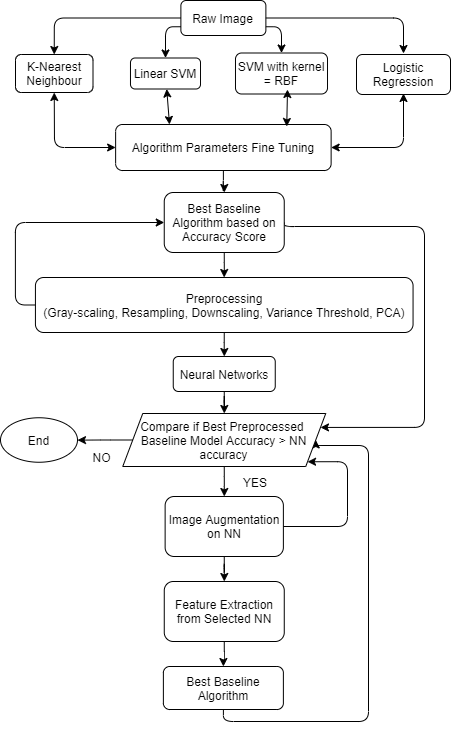
The draw.io diagram A1/A1.png in xeniakal/AMLS_20-21_SN20159465, before a commit. Source tidied: cells renumbered, new cells last; positions are measured from the earlier drawing's top-left corner, leaving out a move shared by most shapes. Source of this version:
```xml
<mxGraphModel>
  <root>
    <mxCell id="0" />
    <mxCell id="1" parent="0" />
    <mxCell id="2" value="Raw Image" style="rounded=1;whiteSpace=wrap;html=1;sketch=0;" parent="1" vertex="1">
      <mxGeometry x="180.4" width="85" height="35" as="geometry" />
    </mxCell>
    <mxCell id="3" value="K-Nearest Neighbour" style="rounded=1;whiteSpace=wrap;html=1;sketch=0;" parent="1" vertex="1">
      <mxGeometry x="15" y="54" width="77.5" height="38" as="geometry" />
    </mxCell>
    <mxCell id="4" value="Linear SVM" style="rounded=1;whiteSpace=wrap;html=1;sketch=0;" parent="1" vertex="1">
      <mxGeometry x="130" y="57.5" width="70" height="31" as="geometry" />
    </mxCell>
    <mxCell id="5" value="SVM with kernel = RBF" style="rounded=1;whiteSpace=wrap;html=1;sketch=0;" parent="1" vertex="1">
      <mxGeometry x="235" y="52.5" width="92" height="41" as="geometry" />
    </mxCell>
    <mxCell id="6" value="Logistic Regression" style="rounded=1;whiteSpace=wrap;html=1;sketch=0;" parent="1" vertex="1">
      <mxGeometry x="356" y="54" width="94" height="40" as="geometry" />
    </mxCell>
    <mxCell id="7" style="edgeStyle=segmentEdgeStyle;endArrow=classic;html=1;exitX=0;exitY=0.5;exitDx=0;exitDy=0;entryX=0.5;entryY=0;entryDx=0;entryDy=0;" parent="1" edge="1" source="2" target="3">
      <mxGeometry relative="1" as="geometry" />
    </mxCell>
    <mxCell id="8" style="edgeStyle=segmentEdgeStyle;endArrow=classic;html=1;exitX=0;exitY=0.75;exitDx=0;exitDy=0;entryX=0.5;entryY=0;entryDx=0;entryDy=0;" parent="1" edge="1" source="2" target="4">
      <mxGeometry relative="1" as="geometry" />
    </mxCell>
    <mxCell id="9" style="edgeStyle=segmentEdgeStyle;endArrow=classic;html=1;exitX=1;exitY=0.75;exitDx=0;exitDy=0;entryX=0.5;entryY=0;entryDx=0;entryDy=0;" parent="1" edge="1" source="2" target="5">
      <mxGeometry relative="1" as="geometry" />
    </mxCell>
    <mxCell id="10" style="edgeStyle=segmentEdgeStyle;endArrow=classic;html=1;exitX=1;exitY=0.5;exitDx=0;exitDy=0;entryX=0.5;entryY=0;entryDx=0;entryDy=0;" parent="1" edge="1" source="2">
      <mxGeometry relative="1" as="geometry">
        <mxPoint x="403" y="53" as="targetPoint" />
      </mxGeometry>
    </mxCell>
    <mxCell id="11" style="edgeStyle=orthogonalEdgeStyle;curved=0;rounded=1;sketch=0;jettySize=auto;html=1;exitX=0;exitY=0.5;exitDx=0;exitDy=0;entryX=0;entryY=0.5;entryDx=0;entryDy=0;" parent="1" edge="1" source="12" target="17">
      <mxGeometry relative="1" as="geometry" />
    </mxCell>
    <mxCell id="12" value="Preprocessing&lt;br&gt;(Gray-scaling, Resampling, Downscaling, Variance Threshold, PCA)" style="rounded=1;whiteSpace=wrap;html=1;sketch=0;" parent="1" vertex="1">
      <mxGeometry x="34.9" y="277" width="377.6" height="55" as="geometry" />
    </mxCell>
    <mxCell id="13" style="edgeStyle=orthogonalEdgeStyle;curved=0;rounded=1;sketch=0;jettySize=auto;html=1;exitX=0.5;exitY=1;exitDx=0;exitDy=0;" parent="1" edge="1" source="14" target="17">
      <mxGeometry relative="1" as="geometry" />
    </mxCell>
    <mxCell id="14" value="Algorithm Parameters Fine Tuning" style="rounded=1;whiteSpace=wrap;html=1;sketch=0;" parent="1" vertex="1">
      <mxGeometry x="115.1" y="124" width="215.5" height="46" as="geometry" />
    </mxCell>
    <mxCell id="15" style="edgeStyle=orthogonalEdgeStyle;curved=0;rounded=1;sketch=0;jettySize=auto;html=1;exitX=0.5;exitY=1;exitDx=0;exitDy=0;" parent="1" edge="1" source="17" target="12">
      <mxGeometry relative="1" as="geometry" />
    </mxCell>
    <mxCell id="16" style="edgeStyle=orthogonalEdgeStyle;curved=0;rounded=1;sketch=0;jettySize=auto;html=1;exitX=1;exitY=0.5;exitDx=0;exitDy=0;entryX=1;entryY=0.25;entryDx=0;entryDy=0;" parent="1" edge="1" source="17" target="34">
      <mxGeometry relative="1" as="geometry">
        <Array as="points">
          <mxPoint x="284" y="226" />
          <mxPoint x="424" y="226" />
          <mxPoint x="424" y="427" />
        </Array>
      </mxGeometry>
    </mxCell>
    <mxCell id="17" value="&lt;span&gt;Best Baseline Algorithm based on Accuracy Score&lt;/span&gt;" style="rounded=1;whiteSpace=wrap;html=1;sketch=0;" parent="1" vertex="1">
      <mxGeometry x="163.8" y="192" width="120" height="60" as="geometry" />
    </mxCell>
    <mxCell id="18" style="endArrow=classic;startArrow=classic;html=1;exitX=0.5;exitY=1;exitDx=0;exitDy=0;entryX=0;entryY=0.5;entryDx=0;entryDy=0;" parent="1" edge="1" source="3" target="14">
      <mxGeometry relative="1" as="geometry">
        <Array as="points">
          <mxPoint x="54" y="147" />
        </Array>
      </mxGeometry>
    </mxCell>
    <mxCell id="19" style="endArrow=classic;startArrow=classic;html=1;entryX=0.25;entryY=0;entryDx=0;entryDy=0;" parent="1" edge="1" source="4" target="14">
      <mxGeometry relative="1" as="geometry" />
    </mxCell>
    <mxCell id="20" style="endArrow=classic;startArrow=classic;html=1;exitX=0.794;exitY=0.043;exitDx=0;exitDy=0;exitPerimeter=0;" parent="1" edge="1" source="14">
      <mxGeometry relative="1" as="geometry">
        <mxPoint x="287" y="89" as="targetPoint" />
      </mxGeometry>
    </mxCell>
    <mxCell id="21" style="endArrow=classic;startArrow=classic;html=1;entryX=0.5;entryY=1;entryDx=0;entryDy=0;exitX=1;exitY=0.5;exitDx=0;exitDy=0;" parent="1" edge="1" source="14">
      <mxGeometry relative="1" as="geometry">
        <mxPoint x="403" y="93" as="targetPoint" />
        <Array as="points">
          <mxPoint x="403" y="147" />
        </Array>
      </mxGeometry>
    </mxCell>
    <mxCell id="22" style="edgeStyle=orthogonalEdgeStyle;curved=0;rounded=1;sketch=0;jettySize=auto;html=1;exitX=0.5;exitY=1;exitDx=0;exitDy=0;" parent="1" edge="1" source="23" target="34">
      <mxGeometry relative="1" as="geometry" />
    </mxCell>
    <mxCell id="23" value="Neural Networks" style="rounded=1;whiteSpace=wrap;html=1;sketch=0;" parent="1" vertex="1">
      <mxGeometry x="172.8" y="356" width="102" height="35" as="geometry" />
    </mxCell>
    <mxCell id="24" style="edgeStyle=orthogonalEdgeStyle;curved=0;rounded=1;sketch=0;jettySize=auto;html=1;exitX=0.5;exitY=1;exitDx=0;exitDy=0;" parent="1" edge="1" source="12" target="23">
      <mxGeometry relative="1" as="geometry" />
    </mxCell>
    <mxCell id="25" value="End" style="ellipse;whiteSpace=wrap;html=1;rounded=0;sketch=0;" parent="1" vertex="1">
      <mxGeometry y="417.2" width="77" height="44.5" as="geometry" />
    </mxCell>
    <mxCell id="26" style="edgeStyle=orthogonalEdgeStyle;curved=0;rounded=1;sketch=0;jettySize=auto;html=1;exitX=0.5;exitY=1;exitDx=0;exitDy=0;" parent="1" edge="1" source="27" target="29">
      <mxGeometry relative="1" as="geometry" />
    </mxCell>
    <mxCell id="27" value="Image Augmentation on NN" style="rounded=1;whiteSpace=wrap;html=1;sketch=0;" parent="1" vertex="1">
      <mxGeometry x="164.6" y="496" width="118.2" height="60" as="geometry" />
    </mxCell>
    <mxCell id="28" style="edgeStyle=orthogonalEdgeStyle;curved=0;rounded=1;sketch=0;jettySize=auto;html=1;exitX=0.5;exitY=1;exitDx=0;exitDy=0;" parent="1" edge="1" source="29" target="31">
      <mxGeometry relative="1" as="geometry" />
    </mxCell>
    <mxCell id="29" value="Feature Extraction from Selected NN" style="rounded=1;whiteSpace=wrap;html=1;sketch=0;" parent="1" vertex="1">
      <mxGeometry x="163.8" y="581" width="120" height="60" as="geometry" />
    </mxCell>
    <mxCell id="30" style="edgeStyle=orthogonalEdgeStyle;curved=0;rounded=1;sketch=0;jettySize=auto;html=1;entryX=1;entryY=0.5;entryDx=0;entryDy=0;" parent="1" edge="1" source="31" target="34">
      <mxGeometry relative="1" as="geometry">
        <Array as="points">
          <mxPoint x="223" y="721" />
          <mxPoint x="368" y="721" />
          <mxPoint x="368" y="445" />
          <mxPoint x="315" y="445" />
        </Array>
      </mxGeometry>
    </mxCell>
    <mxCell id="31" value="&lt;span&gt;Best Baseline Algorithm&lt;/span&gt;" style="rounded=1;whiteSpace=wrap;html=1;sketch=0;" parent="1" vertex="1">
      <mxGeometry x="162.9" y="666" width="120" height="43" as="geometry" />
    </mxCell>
    <mxCell id="32" style="edgeStyle=orthogonalEdgeStyle;curved=0;rounded=1;sketch=0;jettySize=auto;html=1;exitX=0;exitY=0.5;exitDx=0;exitDy=0;" parent="1" edge="1" source="34" target="25">
      <mxGeometry relative="1" as="geometry" />
    </mxCell>
    <mxCell id="33" style="edgeStyle=orthogonalEdgeStyle;curved=0;rounded=1;sketch=0;jettySize=auto;html=1;exitX=0.5;exitY=1;exitDx=0;exitDy=0;" parent="1" edge="1" source="34" target="27">
      <mxGeometry relative="1" as="geometry" />
    </mxCell>
    <mxCell id="34" value="Compare if Best Preprocessed&amp;nbsp; Baseline Model Accuracy &amp;gt; NN accuracy" style="shape=parallelogram;perimeter=parallelogramPerimeter;whiteSpace=wrap;html=1;fixedSize=1;rounded=0;sketch=0;" parent="1" vertex="1">
      <mxGeometry x="122.2" y="413" width="203" height="53" as="geometry" />
    </mxCell>
    <mxCell id="35" value="NO" style="text;html=1;align=center;verticalAlign=middle;" parent="1" vertex="1">
      <mxGeometry x="87.1" y="448" width="28" height="18" as="geometry" />
    </mxCell>
    <mxCell id="36" style="edgeStyle=segmentEdgeStyle;endArrow=classic;html=1;exitX=1;exitY=0.5;exitDx=0;exitDy=0;entryX=1;entryY=1;entryDx=0;entryDy=0;" parent="1" edge="1" source="27" target="34">
      <mxGeometry relative="1" as="geometry">
        <Array as="points">
          <mxPoint x="347" y="526" />
          <mxPoint x="347" y="461" />
        </Array>
      </mxGeometry>
    </mxCell>
    <mxCell id="37" value="YES" style="text;html=1;strokeColor=none;fillColor=none;align=center;verticalAlign=middle;whiteSpace=wrap;rounded=0;sketch=0;" parent="1" vertex="1">
      <mxGeometry x="235" y="472" width="40" height="20" as="geometry" />
    </mxCell>
  </root>
</mxGraphModel>
```
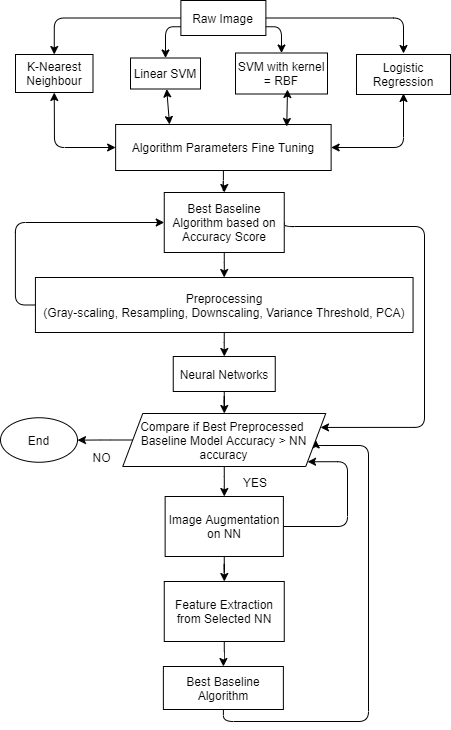
The same file after the commit.

Change to the diagram source:
```diff
@@ -2,19 +2,19 @@
   <root>
     <mxCell id="0" />
     <mxCell id="1" parent="0" />
-    <mxCell id="2" value="Raw Image" style="rounded=1;whiteSpace=wrap;html=1;sketch=0;" parent="1" vertex="1">
+    <mxCell id="2" value="Raw Image" style="whiteSpace=wrap;html=1;" parent="1" vertex="1">
       <mxGeometry x="180.4" width="85" height="35" as="geometry" />
     </mxCell>
-    <mxCell id="3" value="K-Nearest Neighbour" style="rounded=1;whiteSpace=wrap;html=1;sketch=0;" parent="1" vertex="1">
+    <mxCell id="3" value="K-Nearest Neighbour" style="whiteSpace=wrap;html=1;" parent="1" vertex="1">
       <mxGeometry x="15" y="54" width="77.5" height="38" as="geometry" />
     </mxCell>
-    <mxCell id="4" value="Linear SVM" style="rounded=1;whiteSpace=wrap;html=1;sketch=0;" parent="1" vertex="1">
+    <mxCell id="4" value="Linear SVM" style="whiteSpace=wrap;html=1;" parent="1" vertex="1">
       <mxGeometry x="130" y="57.5" width="70" height="31" as="geometry" />
     </mxCell>
-    <mxCell id="5" value="SVM with kernel = RBF" style="rounded=1;whiteSpace=wrap;html=1;sketch=0;" parent="1" vertex="1">
+    <mxCell id="5" value="SVM with kernel = RBF" style="whiteSpace=wrap;html=1;" parent="1" vertex="1">
       <mxGeometry x="235" y="52.5" width="92" height="41" as="geometry" />
     </mxCell>
-    <mxCell id="6" value="Logistic Regression" style="rounded=1;whiteSpace=wrap;html=1;sketch=0;" parent="1" vertex="1">
+    <mxCell id="6" value="Logistic Regression" style="whiteSpace=wrap;html=1;" parent="1" vertex="1">
       <mxGeometry x="356" y="54" width="94" height="40" as="geometry" />
     </mxCell>
     <mxCell id="7" style="edgeStyle=segmentEdgeStyle;endArrow=classic;html=1;exitX=0;exitY=0.5;exitDx=0;exitDy=0;entryX=0.5;entryY=0;entryDx=0;entryDy=0;" parent="1" edge="1" source="2" target="3">
@@ -31,22 +31,22 @@
         <mxPoint x="403" y="53" as="targetPoint" />
       </mxGeometry>
     </mxCell>
-    <mxCell id="11" style="edgeStyle=orthogonalEdgeStyle;curved=0;rounded=1;sketch=0;jettySize=auto;html=1;exitX=0;exitY=0.5;exitDx=0;exitDy=0;entryX=0;entryY=0.5;entryDx=0;entryDy=0;" parent="1" edge="1" source="12" target="17">
+    <mxCell id="11" style="edgeStyle=orthogonalEdgeStyle;jettySize=auto;html=1;exitX=0;exitY=0.5;exitDx=0;exitDy=0;entryX=0;entryY=0.5;entryDx=0;entryDy=0;" parent="1" edge="1" source="12" target="17">
       <mxGeometry relative="1" as="geometry" />
     </mxCell>
-    <mxCell id="12" value="Preprocessing&lt;br&gt;(Gray-scaling, Resampling, Downscaling, Variance Threshold, PCA)" style="rounded=1;whiteSpace=wrap;html=1;sketch=0;" parent="1" vertex="1">
+    <mxCell id="12" value="Preprocessing&lt;br&gt;(Gray-scaling, Resampling, Downscaling, Variance Threshold, PCA)" style="whiteSpace=wrap;html=1;" parent="1" vertex="1">
       <mxGeometry x="34.9" y="277" width="377.6" height="55" as="geometry" />
     </mxCell>
-    <mxCell id="13" style="edgeStyle=orthogonalEdgeStyle;curved=0;rounded=1;sketch=0;jettySize=auto;html=1;exitX=0.5;exitY=1;exitDx=0;exitDy=0;" parent="1" edge="1" source="14" target="17">
+    <mxCell id="13" style="edgeStyle=orthogonalEdgeStyle;jettySize=auto;html=1;exitX=0.5;exitY=1;exitDx=0;exitDy=0;" parent="1" edge="1" source="14" target="17">
       <mxGeometry relative="1" as="geometry" />
     </mxCell>
-    <mxCell id="14" value="Algorithm Parameters Fine Tuning" style="rounded=1;whiteSpace=wrap;html=1;sketch=0;" parent="1" vertex="1">
+    <mxCell id="14" value="Algorithm Parameters Fine Tuning" style="whiteSpace=wrap;html=1;" parent="1" vertex="1">
       <mxGeometry x="115.1" y="124" width="215.5" height="46" as="geometry" />
     </mxCell>
-    <mxCell id="15" style="edgeStyle=orthogonalEdgeStyle;curved=0;rounded=1;sketch=0;jettySize=auto;html=1;exitX=0.5;exitY=1;exitDx=0;exitDy=0;" parent="1" edge="1" source="17" target="12">
+    <mxCell id="15" style="edgeStyle=orthogonalEdgeStyle;jettySize=auto;html=1;exitX=0.5;exitY=1;exitDx=0;exitDy=0;" parent="1" edge="1" source="17" target="12">
       <mxGeometry relative="1" as="geometry" />
     </mxCell>
-    <mxCell id="16" style="edgeStyle=orthogonalEdgeStyle;curved=0;rounded=1;sketch=0;jettySize=auto;html=1;exitX=1;exitY=0.5;exitDx=0;exitDy=0;entryX=1;entryY=0.25;entryDx=0;entryDy=0;" parent="1" edge="1" source="17" target="34">
+    <mxCell id="16" style="edgeStyle=orthogonalEdgeStyle;jettySize=auto;html=1;exitX=1;exitY=0.5;exitDx=0;exitDy=0;entryX=1;entryY=0.25;entryDx=0;entryDy=0;" parent="1" edge="1" source="17" target="34">
       <mxGeometry relative="1" as="geometry">
         <Array as="points">
           <mxPoint x="284" y="226" />
@@ -55,7 +55,7 @@
         </Array>
       </mxGeometry>
     </mxCell>
-    <mxCell id="17" value="&lt;span&gt;Best Baseline Algorithm based on Accuracy Score&lt;/span&gt;" style="rounded=1;whiteSpace=wrap;html=1;sketch=0;" parent="1" vertex="1">
+    <mxCell id="17" value="&lt;span&gt;Best Baseline Algorithm based on Accuracy Score&lt;/span&gt;" style="whiteSpace=wrap;html=1;" parent="1" vertex="1">
       <mxGeometry x="163.8" y="192" width="120" height="60" as="geometry" />
     </mxCell>
     <mxCell id="18" style="endArrow=classic;startArrow=classic;html=1;exitX=0.5;exitY=1;exitDx=0;exitDy=0;entryX=0;entryY=0.5;entryDx=0;entryDy=0;" parent="1" edge="1" source="3" target="14">
@@ -81,31 +81,31 @@
         </Array>
       </mxGeometry>
     </mxCell>
-    <mxCell id="22" style="edgeStyle=orthogonalEdgeStyle;curved=0;rounded=1;sketch=0;jettySize=auto;html=1;exitX=0.5;exitY=1;exitDx=0;exitDy=0;" parent="1" edge="1" source="23" target="34">
+    <mxCell id="22" style="edgeStyle=orthogonalEdgeStyle;jettySize=auto;html=1;exitX=0.5;exitY=1;exitDx=0;exitDy=0;" parent="1" edge="1" source="23" target="34">
       <mxGeometry relative="1" as="geometry" />
     </mxCell>
-    <mxCell id="23" value="Neural Networks" style="rounded=1;whiteSpace=wrap;html=1;sketch=0;" parent="1" vertex="1">
+    <mxCell id="23" value="Neural Networks" style="whiteSpace=wrap;html=1;" parent="1" vertex="1">
       <mxGeometry x="172.8" y="356" width="102" height="35" as="geometry" />
     </mxCell>
-    <mxCell id="24" style="edgeStyle=orthogonalEdgeStyle;curved=0;rounded=1;sketch=0;jettySize=auto;html=1;exitX=0.5;exitY=1;exitDx=0;exitDy=0;" parent="1" edge="1" source="12" target="23">
+    <mxCell id="24" style="edgeStyle=orthogonalEdgeStyle;jettySize=auto;html=1;exitX=0.5;exitY=1;exitDx=0;exitDy=0;" parent="1" edge="1" source="12" target="23">
       <mxGeometry relative="1" as="geometry" />
     </mxCell>
-    <mxCell id="25" value="End" style="ellipse;whiteSpace=wrap;html=1;rounded=0;sketch=0;" parent="1" vertex="1">
+    <mxCell id="25" value="End" style="ellipse;whiteSpace=wrap;html=1;" parent="1" vertex="1">
       <mxGeometry y="417.2" width="77" height="44.5" as="geometry" />
     </mxCell>
-    <mxCell id="26" style="edgeStyle=orthogonalEdgeStyle;curved=0;rounded=1;sketch=0;jettySize=auto;html=1;exitX=0.5;exitY=1;exitDx=0;exitDy=0;" parent="1" edge="1" source="27" target="29">
+    <mxCell id="26" style="edgeStyle=orthogonalEdgeStyle;jettySize=auto;html=1;exitX=0.5;exitY=1;exitDx=0;exitDy=0;" parent="1" edge="1" source="27" target="29">
       <mxGeometry relative="1" as="geometry" />
     </mxCell>
-    <mxCell id="27" value="Image Augmentation on NN" style="rounded=1;whiteSpace=wrap;html=1;sketch=0;" parent="1" vertex="1">
+    <mxCell id="27" value="Image Augmentation on NN" style="whiteSpace=wrap;html=1;" parent="1" vertex="1">
       <mxGeometry x="164.6" y="496" width="118.2" height="60" as="geometry" />
     </mxCell>
-    <mxCell id="28" style="edgeStyle=orthogonalEdgeStyle;curved=0;rounded=1;sketch=0;jettySize=auto;html=1;exitX=0.5;exitY=1;exitDx=0;exitDy=0;" parent="1" edge="1" source="29" target="31">
+    <mxCell id="28" style="edgeStyle=orthogonalEdgeStyle;jettySize=auto;html=1;exitX=0.5;exitY=1;exitDx=0;exitDy=0;" parent="1" edge="1" source="29" target="31">
       <mxGeometry relative="1" as="geometry" />
     </mxCell>
-    <mxCell id="29" value="Feature Extraction from Selected NN" style="rounded=1;whiteSpace=wrap;html=1;sketch=0;" parent="1" vertex="1">
+    <mxCell id="29" value="Feature Extraction from Selected NN" style="whiteSpace=wrap;html=1;" parent="1" vertex="1">
       <mxGeometry x="163.8" y="581" width="120" height="60" as="geometry" />
     </mxCell>
-    <mxCell id="30" style="edgeStyle=orthogonalEdgeStyle;curved=0;rounded=1;sketch=0;jettySize=auto;html=1;entryX=1;entryY=0.5;entryDx=0;entryDy=0;" parent="1" edge="1" source="31" target="34">
+    <mxCell id="30" style="edgeStyle=orthogonalEdgeStyle;jettySize=auto;html=1;entryX=1;entryY=0.5;entryDx=0;entryDy=0;" parent="1" edge="1" source="31" target="34">
       <mxGeometry relative="1" as="geometry">
         <Array as="points">
           <mxPoint x="223" y="721" />
@@ -115,16 +115,16 @@
         </Array>
       </mxGeometry>
     </mxCell>
-    <mxCell id="31" value="&lt;span&gt;Best Baseline Algorithm&lt;/span&gt;" style="rounded=1;whiteSpace=wrap;html=1;sketch=0;" parent="1" vertex="1">
+    <mxCell id="31" value="&lt;span&gt;Best Baseline Algorithm&lt;/span&gt;" style="whiteSpace=wrap;html=1;" parent="1" vertex="1">
       <mxGeometry x="162.9" y="666" width="120" height="43" as="geometry" />
     </mxCell>
-    <mxCell id="32" style="edgeStyle=orthogonalEdgeStyle;curved=0;rounded=1;sketch=0;jettySize=auto;html=1;exitX=0;exitY=0.5;exitDx=0;exitDy=0;" parent="1" edge="1" source="34" target="25">
+    <mxCell id="32" style="edgeStyle=orthogonalEdgeStyle;jettySize=auto;html=1;exitX=0;exitY=0.5;exitDx=0;exitDy=0;" parent="1" edge="1" source="34" target="25">
       <mxGeometry relative="1" as="geometry" />
     </mxCell>
-    <mxCell id="33" style="edgeStyle=orthogonalEdgeStyle;curved=0;rounded=1;sketch=0;jettySize=auto;html=1;exitX=0.5;exitY=1;exitDx=0;exitDy=0;" parent="1" edge="1" source="34" target="27">
+    <mxCell id="33" style="edgeStyle=orthogonalEdgeStyle;jettySize=auto;html=1;exitX=0.5;exitY=1;exitDx=0;exitDy=0;" parent="1" edge="1" source="34" target="27">
       <mxGeometry relative="1" as="geometry" />
     </mxCell>
-    <mxCell id="34" value="Compare if Best Preprocessed&amp;nbsp; Baseline Model Accuracy &amp;gt; NN accuracy" style="shape=parallelogram;perimeter=parallelogramPerimeter;whiteSpace=wrap;html=1;fixedSize=1;rounded=0;sketch=0;" parent="1" vertex="1">
+    <mxCell id="34" value="Compare if Best Preprocessed&amp;nbsp; Baseline Model Accuracy &amp;gt; NN accuracy" style="shape=parallelogram;perimeter=parallelogramPerimeter;whiteSpace=wrap;html=1;fixedSize=1;" parent="1" vertex="1">
       <mxGeometry x="122.2" y="413" width="203" height="53" as="geometry" />
     </mxCell>
     <mxCell id="35" value="NO" style="text;html=1;align=center;verticalAlign=middle;" parent="1" vertex="1">
@@ -138,7 +138,7 @@
         </Array>
       </mxGeometry>
     </mxCell>
-    <mxCell id="37" value="YES" style="text;html=1;strokeColor=none;fillColor=none;align=center;verticalAlign=middle;whiteSpace=wrap;rounded=0;sketch=0;" parent="1" vertex="1">
+    <mxCell id="37" value="YES" style="text;html=1;strokeColor=none;fillColor=none;align=center;verticalAlign=middle;whiteSpace=wrap;" parent="1" vertex="1">
       <mxGeometry x="235" y="472" width="40" height="20" as="geometry" />
     </mxCell>
   </root>
```
